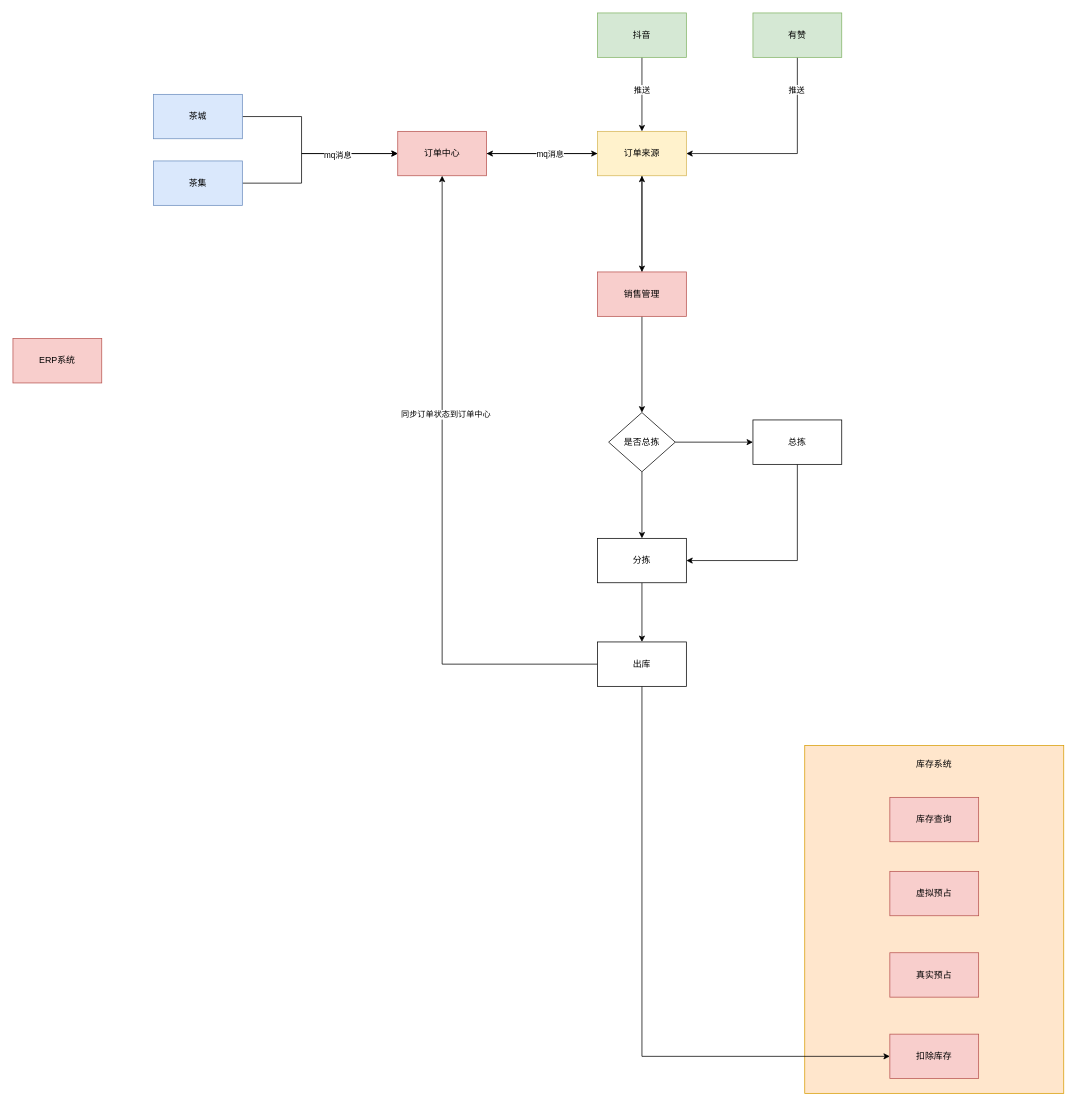
Above: 醉品系统业务流程.drawio in linbingxing/mind (draw.io), before the change. Source tidied: cells renumbered, new cells numbered last; positions are measured from the earlier drawing's top-left corner, leaving out a move shared by most shapes. Both pictures are drawn from the tidied source at 74%, with x=0, y=0 at pixel (13, 13).
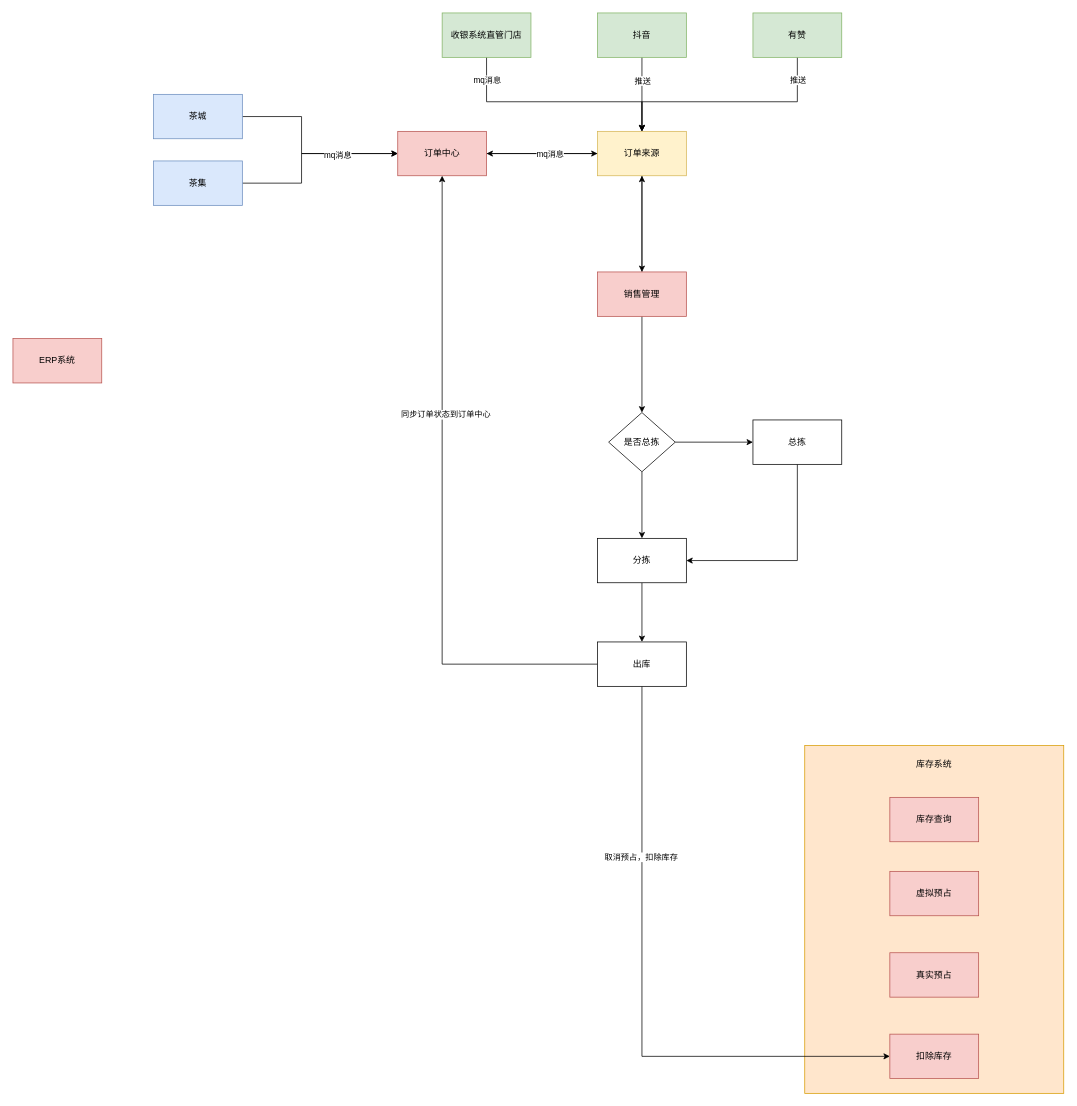
The same page after the edit.

Commit message (it also covers changes not shown here):
更新醉品系统业务流程.drawio

The change refers to these unchanged cells:
```xml
<mxCell id="5" value="订单来源" style="rounded=0;whiteSpace=wrap;html=1;fillColor=#fff2cc;strokeColor=#d6b656;" parent="1" vertex="1">
  <mxGeometry x="790" y="160" width="120" height="60" as="geometry" />
</mxCell>
<mxCell id="9" style="edgeStyle=orthogonalEdgeStyle;rounded=0;jettySize=auto;html=1;entryX=0.5;entryY=0;entryDx=0;entryDy=0;" parent="1" edge="1" source="11" target="5">
  <mxGeometry relative="1" as="geometry" />
</mxCell>
<mxCell id="14" value="有赞" style="rounded=0;whiteSpace=wrap;html=1;fillColor=#d5e8d4;strokeColor=#82b366;" parent="1" vertex="1">
  <mxGeometry x="1000" width="120" height="60" as="geometry" />
</mxCell>
<mxCell id="35" style="edgeStyle=orthogonalEdgeStyle;rounded=0;jettySize=auto;html=1;entryX=0;entryY=0.5;entryDx=0;entryDy=0;" parent="1" edge="1" source="38" target="39">
  <mxGeometry relative="1" as="geometry">
    <Array as="points">
      <mxPoint x="850" y="1410" />
    </Array>
  </mxGeometry>
</mxCell>
```

Diff of the diagram source:
```diff
@@
     <mxCell id="10" value="推送" style="edgeLabel;html=1;align=center;verticalAlign=middle;" parent="9" vertex="1">
-      <mxGeometry x="-0.15" y="-1" relative="1" as="geometry" />
+      <mxGeometry x="-0.15" y="-1" relative="1" as="geometry">
+        <mxPoint x="1" y="-12" as="offset" />
+      </mxGeometry>
     </mxCell>
@@
-    <mxCell id="12" style="edgeStyle=orthogonalEdgeStyle;rounded=0;jettySize=auto;html=1;entryX=1;entryY=0.5;entryDx=0;entryDy=0;" parent="1" edge="1" source="14" target="5">
+    <mxCell id="12" style="edgeStyle=orthogonalEdgeStyle;rounded=0;jettySize=auto;html=1;" parent="1" edge="1" source="14">
       <mxGeometry relative="1" as="geometry">
+        <mxPoint x="850" y="160" as="targetPoint" />
         <Array as="points">
-          <mxPoint x="1060" y="190" />
+          <mxPoint x="1060" y="120" />
+          <mxPoint x="850" y="120" />
         </Array>
       </mxGeometry>
     </mxCell>
     <mxCell id="13" value="推送" style="edgeLabel;html=1;align=center;verticalAlign=middle;" parent="12" vertex="1">
-      <mxGeometry x="-0.69" y="-2" relative="1" as="geometry" />
+      <mxGeometry x="-0.69" y="-2" relative="1" as="geometry">
+        <mxPoint x="2" y="-18" as="offset" />
+      </mxGeometry>
     </mxCell>
@@
+    <mxCell id="40" value="取消预占，扣除库存" style="edgeLabel;html=1;align=center;verticalAlign=middle;" parent="35" vertex="1">
+      <mxGeometry x="-0.45" y="-2" relative="1" as="geometry" />
+    </mxCell>
@@
+    <mxCell id="41" style="edgeStyle=orthogonalEdgeStyle;rounded=0;jettySize=auto;html=1;entryX=0.5;entryY=0;entryDx=0;entryDy=0;" parent="1" edge="1" source="43" target="5">
+      <mxGeometry relative="1" as="geometry">
+        <Array as="points">
+          <mxPoint x="640" y="120" />
+          <mxPoint x="850" y="120" />
+        </Array>
+      </mxGeometry>
+    </mxCell>
+    <mxCell id="42" value="mq消息" style="edgeLabel;html=1;align=center;verticalAlign=middle;" parent="41" vertex="1">
+      <mxGeometry x="-0.19" relative="1" as="geometry">
+        <mxPoint x="-66" y="-30" as="offset" />
+      </mxGeometry>
+    </mxCell>
+    <mxCell id="43" value="收银系统直管门店" style="rounded=0;whiteSpace=wrap;html=1;fillColor=#d5e8d4;strokeColor=#82b366;" parent="1" vertex="1">
+      <mxGeometry x="580" width="120" height="60" as="geometry" />
+    </mxCell>
```
